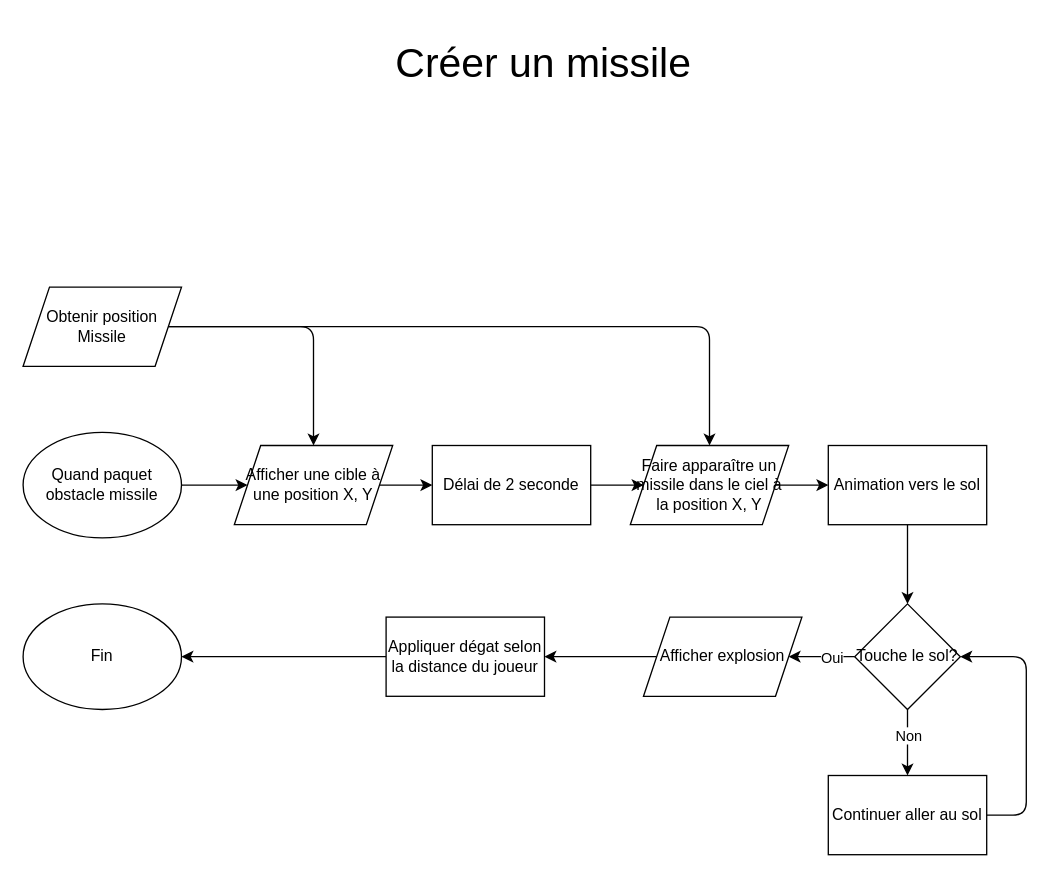
The draw.io diagram schemas/missile_client_fonction.drawio in Samuel-Archila-cegep-2621953/ludikrous-makrous, before the edit. Source tidied: cells renumbered, new cells numbered last; positions are measured from the earlier drawing's top-left corner, leaving out a move shared by most shapes. Both pictures are drawn from the tidied source at 132%, with x=0, y=0 at pixel (22, 22).
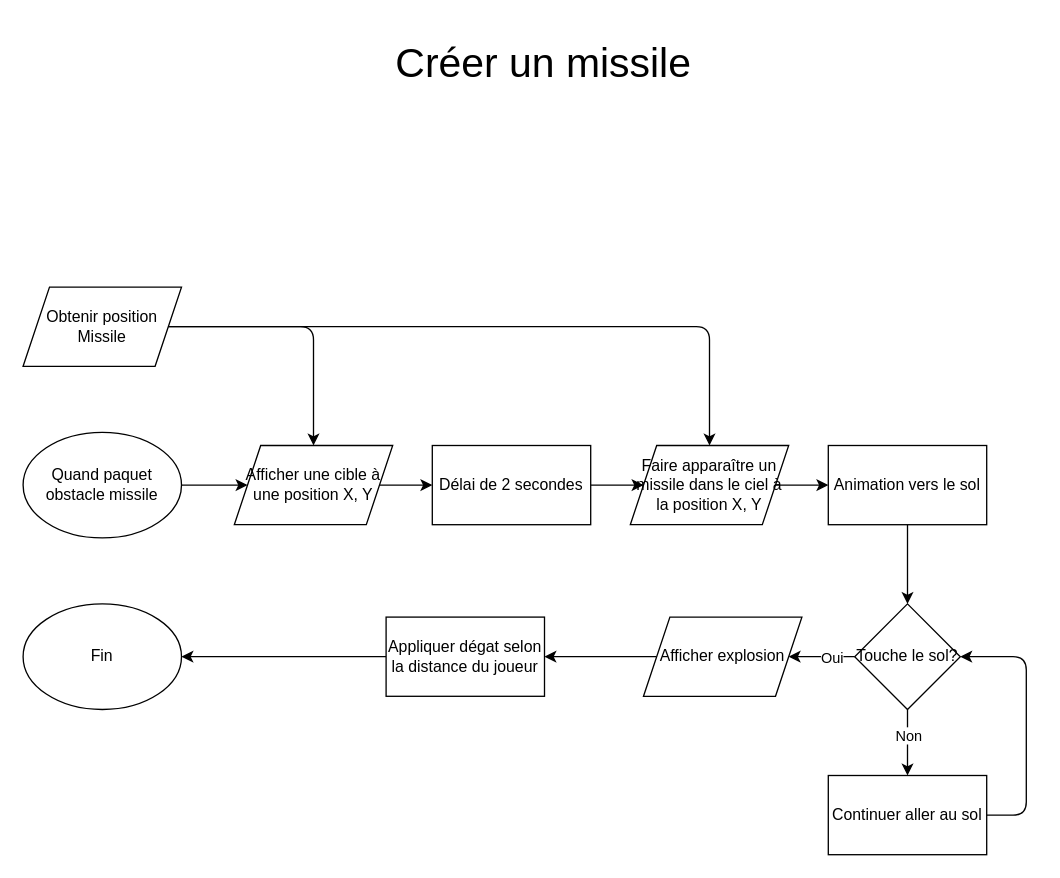
The same diagram, later.

Commit message:
Corrections organigrammes

Change to the diagram source:
```diff
@@
-    <mxCell id="10" value="Délai de 2 seconde" style="rounded=0;whiteSpace=wrap;html=1;" parent="1" vertex="1">
+    <mxCell id="10" value="Délai de 2 secondes" style="rounded=0;whiteSpace=wrap;html=1;" parent="1" vertex="1">
       <mxGeometry x="310" y="320" width="120" height="60" as="geometry" />
     </mxCell>
```
